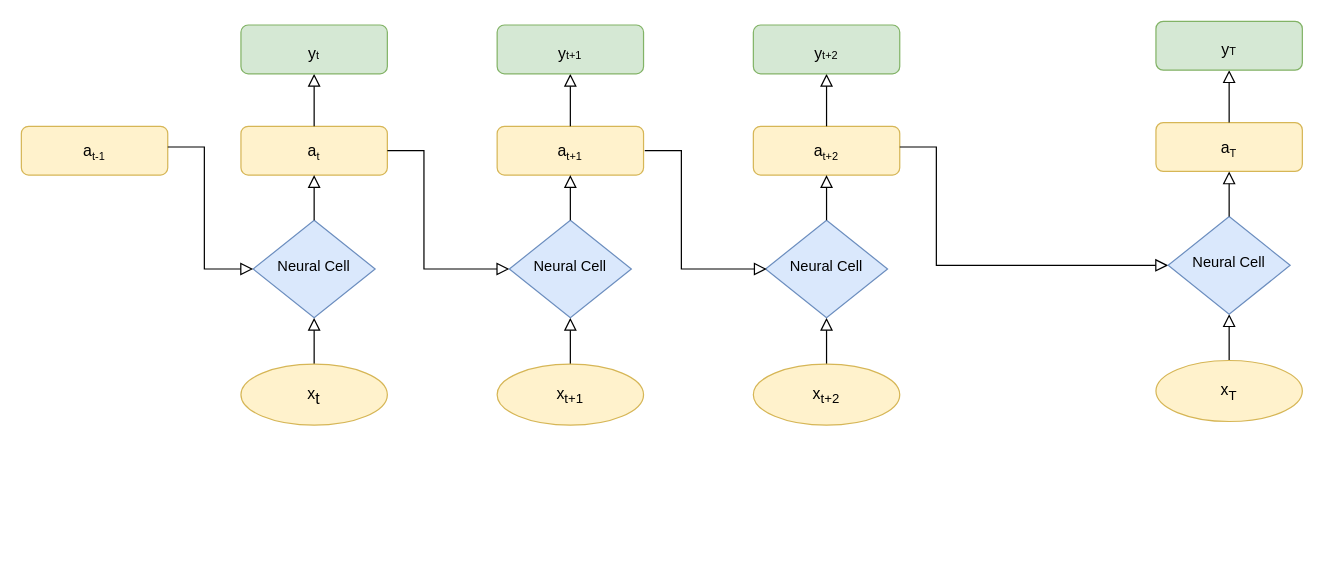
Before: _notebooks/images/seq2seqLSTM/images/Untitled Diagram.drawio in nikita-yatchenko/blog, a draw.io diagram. Source tidied: cells renumbered, new cells numbered last; positions are measured from the earlier drawing's top-left corner, leaving out a move shared by most shapes. Both pictures are drawn from the tidied source at 122%, with x=0, y=0 at pixel (21, 21).
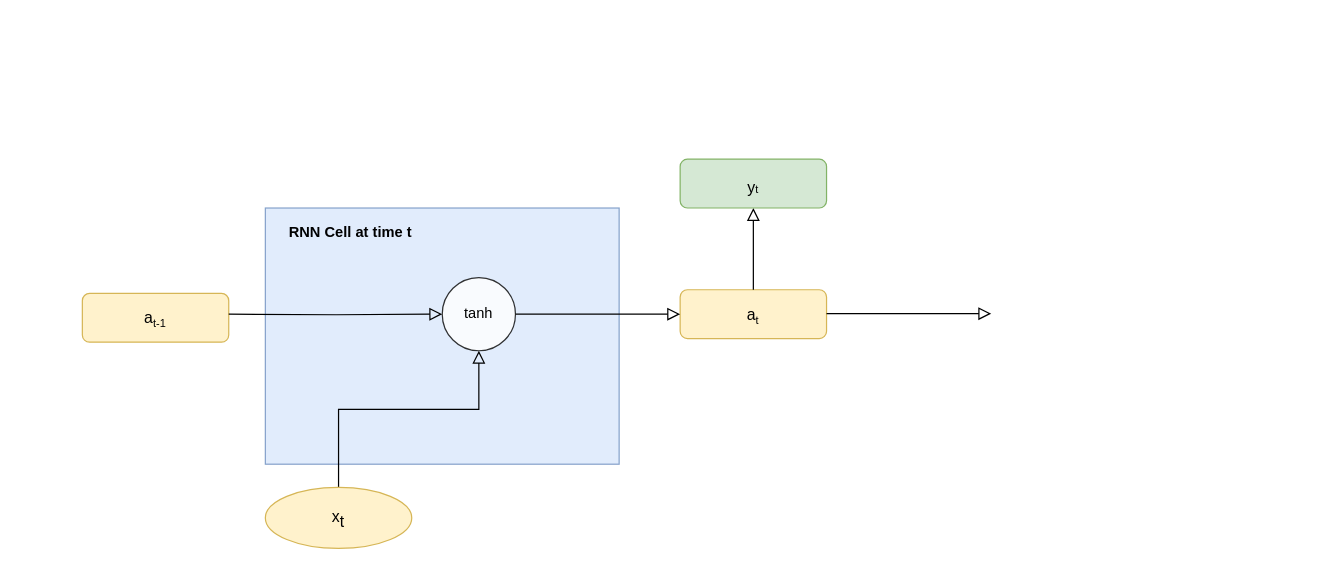
The same diagram, later.

Commit message:
RNN_step

The edit, as a diff of the source:
```diff
@@
+    <mxCell id="35" style="rounded=0;whiteSpace=wrap;html=1;fillColor=#dae8fc;strokeColor=#6c8ebf;opacity=80;" parent="1" vertex="1">
+      <mxGeometry x="200" y="153" width="290" height="210" as="geometry" />
+    </mxCell>
     <mxCell id="2" value="&lt;font style=&quot;font-size: 13px&quot;&gt;a&lt;/font&gt;&lt;sub style=&quot;font-size: 9px ; line-height: 0%&quot;&gt;&lt;font style=&quot;font-size: 9px&quot;&gt;t&lt;/font&gt;&lt;br&gt;&lt;/sub&gt;" style="rounded=1;whiteSpace=wrap;html=1;fontSize=12;glass=0;strokeWidth=1;shadow=0;fillColor=#fff2cc;strokeColor=#d6b656;" parent="1" vertex="1">
-      <mxGeometry x="180" y="86" width="120" height="40" as="geometry" />
+      <mxGeometry x="540" y="220" width="120" height="40" as="geometry" />
     </mxCell>
-    <mxCell id="3" style="rounded=0;html=1;jettySize=auto;fontSize=11;endArrow=block;endFill=0;endSize=8;strokeWidth=1;shadow=0;labelBackgroundColor=none;edgeStyle=orthogonalEdgeStyle;exitX=0.5;exitY=0;exitDx=0;exitDy=0;" parent="1" edge="1" source="7" target="5">
-      <mxGeometry x="0.33" y="20" relative="1" as="geometry" />
+    <mxCell id="3" style="rounded=0;html=1;jettySize=auto;fontSize=11;endArrow=block;endFill=0;endSize=8;strokeWidth=1;shadow=0;labelBackgroundColor=none;edgeStyle=orthogonalEdgeStyle;exitX=0.5;exitY=0;exitDx=0;exitDy=0;" parent="1" edge="1" source="7" target="37">
+      <mxGeometry x="0.33" y="20" relative="1" as="geometry">
+        <Array as="points">
+          <mxPoint x="260" y="318" />
+          <mxPoint x="375" y="318" />
+        </Array>
+      </mxGeometry>
     </mxCell>
-    <mxCell id="4" style="edgeStyle=orthogonalEdgeStyle;rounded=0;html=1;jettySize=auto;fontSize=11;endArrow=block;endFill=0;endSize=8;strokeWidth=1;shadow=0;labelBackgroundColor=none;entryX=0;entryY=0.5;entryDx=0;entryDy=0;exitX=1;exitY=0.5;exitDx=0;exitDy=0;" parent="1" edge="1" source="2" target="12">
-      <mxGeometry y="10" relative="1" as="geometry">
-        <Array as="points">
-          <mxPoint x="330" y="106" />
-          <mxPoint x="330" y="203" />
-        </Array>
-      </mxGeometry>
-    </mxCell>
-    <mxCell id="5" value="Neural Cell" style="rhombus;whiteSpace=wrap;html=1;shadow=0;fontFamily=Helvetica;fontSize=12;align=center;strokeWidth=1;spacing=6;spacingTop=-4;fillColor=#dae8fc;strokeColor=#6c8ebf;" parent="1" vertex="1">
-      <mxGeometry x="190" y="163" width="100" height="80" as="geometry" />
-    </mxCell>
-    <mxCell id="6" style="rounded=0;html=1;jettySize=auto;fontSize=11;endArrow=block;endFill=0;endSize=8;strokeWidth=1;shadow=0;labelBackgroundColor=none;edgeStyle=orthogonalEdgeStyle;exitX=0.5;exitY=0;exitDx=0;exitDy=0;entryX=0.5;entryY=1;entryDx=0;entryDy=0;" parent="1" edge="1" source="5" target="2">
-      <mxGeometry x="0.33" y="20" relative="1" as="geometry">
-        <Array as="points">
-          <mxPoint x="240" y="143" />
-          <mxPoint x="240" y="143" />
-        </Array>
-      </mxGeometry>
+    <mxCell id="6" style="rounded=0;html=1;jettySize=auto;fontSize=11;endArrow=block;endFill=0;endSize=8;strokeWidth=1;shadow=0;labelBackgroundColor=none;edgeStyle=orthogonalEdgeStyle;exitX=1;exitY=0.5;exitDx=0;exitDy=0;entryX=0;entryY=0.5;entryDx=0;entryDy=0;" parent="1" edge="1" source="37" target="2">
+      <mxGeometry x="0.33" y="20" relative="1" as="geometry" />
     </mxCell>
     <mxCell id="7" value="&lt;font style=&quot;line-height: 0%&quot;&gt;&lt;span style=&quot;font-size: 13px&quot;&gt;x&lt;/span&gt;&lt;sub&gt;&lt;span style=&quot;font-size: 13px&quot;&gt;t&lt;/span&gt;&lt;br&gt;&lt;/sub&gt;&lt;/font&gt;" style="ellipse;whiteSpace=wrap;html=1;fillColor=#fff2cc;strokeColor=#d6b656;" parent="1" vertex="1">
-      <mxGeometry x="180" y="281" width="120" height="50" as="geometry" />
+      <mxGeometry x="200" y="382" width="120" height="50" as="geometry" />
     </mxCell>
-    <mxCell id="8" style="rounded=0;html=1;jettySize=auto;fontSize=11;endArrow=block;endFill=0;endSize=8;strokeWidth=1;shadow=0;labelBackgroundColor=none;edgeStyle=orthogonalEdgeStyle;exitX=0.5;exitY=0;exitDx=0;exitDy=0;" parent="1" edge="1" source="2">
-      <mxGeometry x="0.33" y="20" relative="1" as="geometry">
-        <mxPoint x="240" y="43" as="targetPoint" />
-        <Array as="points">
-          <mxPoint x="240" y="43" />
-        </Array>
-      </mxGeometry>
+    <mxCell id="8" style="rounded=0;html=1;jettySize=auto;fontSize=11;endArrow=block;endFill=0;endSize=8;strokeWidth=1;shadow=0;labelBackgroundColor=none;edgeStyle=orthogonalEdgeStyle;exitX=0.5;exitY=0;exitDx=0;exitDy=0;entryX=0.5;entryY=1;entryDx=0;entryDy=0;" parent="1" edge="1" source="2" target="9">
+      <mxGeometry x="0.33" y="20" relative="1" as="geometry" />
     </mxCell>
     <mxCell id="9" value="&lt;sub style=&quot;line-height: 0%&quot;&gt;&lt;font style=&quot;font-size: 13px&quot;&gt;y&lt;/font&gt;&lt;font style=&quot;font-size: 9px&quot;&gt;t&lt;/font&gt;&lt;br&gt;&lt;/sub&gt;" style="rounded=1;whiteSpace=wrap;html=1;fontSize=12;glass=0;strokeWidth=1;shadow=0;fillColor=#d5e8d4;strokeColor=#82b366;" parent="1" vertex="1">
-      <mxGeometry x="180" y="3" width="120" height="40" as="geometry" />
+      <mxGeometry x="540" y="113" width="120" height="40" as="geometry" />
     </mxCell>
-    <mxCell id="10" value="&lt;font style=&quot;font-size: 13px&quot;&gt;a&lt;/font&gt;&lt;sub style=&quot;font-size: 9px ; line-height: 0%&quot;&gt;&lt;font style=&quot;font-size: 9px&quot;&gt;t+1&lt;/font&gt;&lt;br&gt;&lt;/sub&gt;" style="rounded=1;whiteSpace=wrap;html=1;fontSize=12;glass=0;strokeWidth=1;shadow=0;fillColor=#fff2cc;strokeColor=#d6b656;" parent="1" vertex="1">
-      <mxGeometry x="390" y="86" width="120" height="40" as="geometry" />
-    </mxCell>
-    <mxCell id="11" style="rounded=0;html=1;jettySize=auto;fontSize=11;endArrow=block;endFill=0;endSize=8;strokeWidth=1;shadow=0;labelBackgroundColor=none;edgeStyle=orthogonalEdgeStyle;exitX=0.5;exitY=0;exitDx=0;exitDy=0;" parent="1" edge="1" source="14" target="12">
-      <mxGeometry x="0.33" y="20" relative="1" as="geometry" />
-    </mxCell>
-    <mxCell id="12" value="Neural Cell" style="rhombus;whiteSpace=wrap;html=1;shadow=0;fontFamily=Helvetica;fontSize=12;align=center;strokeWidth=1;spacing=6;spacingTop=-4;fillColor=#dae8fc;strokeColor=#6c8ebf;" parent="1" vertex="1">
-      <mxGeometry x="400" y="163" width="100" height="80" as="geometry" />
-    </mxCell>
-    <mxCell id="13" style="rounded=0;html=1;jettySize=auto;fontSize=11;endArrow=block;endFill=0;endSize=8;strokeWidth=1;shadow=0;labelBackgroundColor=none;edgeStyle=orthogonalEdgeStyle;exitX=0.5;exitY=0;exitDx=0;exitDy=0;entryX=0.5;entryY=1;entryDx=0;entryDy=0;" parent="1" edge="1" source="12" target="10">
-      <mxGeometry x="0.33" y="20" relative="1" as="geometry">
-        <Array as="points">
-          <mxPoint x="450" y="143" />
-          <mxPoint x="450" y="143" />
-        </Array>
-      </mxGeometry>
-    </mxCell>
-    <mxCell id="14" value="&lt;font style=&quot;line-height: 0%&quot;&gt;&lt;span style=&quot;font-size: 13px&quot;&gt;x&lt;/span&gt;&lt;span style=&quot;font-size: 13px&quot;&gt;&lt;sub&gt;t+1&lt;/sub&gt;&lt;/span&gt;&lt;br&gt;&lt;/font&gt;" style="ellipse;whiteSpace=wrap;html=1;fillColor=#fff2cc;strokeColor=#d6b656;" parent="1" vertex="1">
-      <mxGeometry x="390" y="281" width="120" height="50" as="geometry" />
-    </mxCell>
-    <mxCell id="15" style="rounded=0;html=1;jettySize=auto;fontSize=11;endArrow=block;endFill=0;endSize=8;strokeWidth=1;shadow=0;labelBackgroundColor=none;edgeStyle=orthogonalEdgeStyle;exitX=0.5;exitY=0;exitDx=0;exitDy=0;" parent="1" edge="1" source="10">
-      <mxGeometry x="0.33" y="20" relative="1" as="geometry">
-        <mxPoint x="450" y="43" as="targetPoint" />
-        <Array as="points">
-          <mxPoint x="450" y="43" />
-        </Array>
-      </mxGeometry>
-    </mxCell>
-    <mxCell id="16" value="&lt;sub style=&quot;line-height: 0%&quot;&gt;&lt;font style=&quot;font-size: 13px&quot;&gt;y&lt;/font&gt;&lt;font style=&quot;font-size: 9px&quot;&gt;t+1&lt;/font&gt;&lt;br&gt;&lt;/sub&gt;" style="rounded=1;whiteSpace=wrap;html=1;fontSize=12;glass=0;strokeWidth=1;shadow=0;fillColor=#d5e8d4;strokeColor=#82b366;" parent="1" vertex="1">
-      <mxGeometry x="390" y="3" width="120" height="40" as="geometry" />
-    </mxCell>
-    <mxCell id="17" value="&lt;font style=&quot;font-size: 13px&quot;&gt;a&lt;/font&gt;&lt;sub style=&quot;font-size: 9px ; line-height: 0%&quot;&gt;&lt;font style=&quot;font-size: 9px&quot;&gt;t+2&lt;/font&gt;&lt;br&gt;&lt;/sub&gt;" style="rounded=1;whiteSpace=wrap;html=1;fontSize=12;glass=0;strokeWidth=1;shadow=0;fillColor=#fff2cc;strokeColor=#d6b656;" parent="1" vertex="1">
-      <mxGeometry x="600" y="86" width="120" height="40" as="geometry" />
-    </mxCell>
-    <mxCell id="18" style="rounded=0;html=1;jettySize=auto;fontSize=11;endArrow=block;endFill=0;endSize=8;strokeWidth=1;shadow=0;labelBackgroundColor=none;edgeStyle=orthogonalEdgeStyle;exitX=0.5;exitY=0;exitDx=0;exitDy=0;" parent="1" edge="1" source="21" target="19">
-      <mxGeometry x="0.33" y="20" relative="1" as="geometry" />
-    </mxCell>
-    <mxCell id="19" value="Neural Cell" style="rhombus;whiteSpace=wrap;html=1;shadow=0;fontFamily=Helvetica;fontSize=12;align=center;strokeWidth=1;spacing=6;spacingTop=-4;fillColor=#dae8fc;strokeColor=#6c8ebf;" parent="1" vertex="1">
-      <mxGeometry x="610" y="163" width="100" height="80" as="geometry" />
-    </mxCell>
-    <mxCell id="20" style="rounded=0;html=1;jettySize=auto;fontSize=11;endArrow=block;endFill=0;endSize=8;strokeWidth=1;shadow=0;labelBackgroundColor=none;edgeStyle=orthogonalEdgeStyle;exitX=0.5;exitY=0;exitDx=0;exitDy=0;entryX=0.5;entryY=1;entryDx=0;entryDy=0;" parent="1" edge="1" source="19" target="17">
-      <mxGeometry x="0.33" y="20" relative="1" as="geometry">
-        <Array as="points">
-          <mxPoint x="660" y="143" />
-          <mxPoint x="660" y="143" />
-        </Array>
-      </mxGeometry>
-    </mxCell>
-    <mxCell id="21" value="&lt;font style=&quot;line-height: 0%&quot;&gt;&lt;span style=&quot;font-size: 13px&quot;&gt;x&lt;sub&gt;t+2&lt;/sub&gt;&lt;/span&gt;&lt;sub&gt;&lt;br&gt;&lt;/sub&gt;&lt;/font&gt;" style="ellipse;whiteSpace=wrap;html=1;fillColor=#fff2cc;strokeColor=#d6b656;" parent="1" vertex="1">
-      <mxGeometry x="600" y="281" width="120" height="50" as="geometry" />
-    </mxCell>
-    <mxCell id="22" style="rounded=0;html=1;jettySize=auto;fontSize=11;endArrow=block;endFill=0;endSize=8;strokeWidth=1;shadow=0;labelBackgroundColor=none;edgeStyle=orthogonalEdgeStyle;exitX=0.5;exitY=0;exitDx=0;exitDy=0;" parent="1" edge="1" source="17">
-      <mxGeometry x="0.33" y="20" relative="1" as="geometry">
-        <mxPoint x="660" y="43" as="targetPoint" />
-        <Array as="points">
-          <mxPoint x="660" y="43" />
-        </Array>
-      </mxGeometry>
-    </mxCell>
-    <mxCell id="23" value="&lt;sub style=&quot;line-height: 0%&quot;&gt;&lt;font style=&quot;font-size: 13px&quot;&gt;y&lt;/font&gt;&lt;font style=&quot;font-size: 9px&quot;&gt;t+2&lt;/font&gt;&lt;br&gt;&lt;/sub&gt;" style="rounded=1;whiteSpace=wrap;html=1;fontSize=12;glass=0;strokeWidth=1;shadow=0;fillColor=#d5e8d4;strokeColor=#82b366;" parent="1" vertex="1">
-      <mxGeometry x="600" y="3" width="120" height="40" as="geometry" />
-    </mxCell>
     <mxCell id="24" value="&lt;font style=&quot;font-size: 13px&quot;&gt;a&lt;/font&gt;&lt;sub style=&quot;font-size: 9px ; line-height: 0%&quot;&gt;&lt;font style=&quot;font-size: 9px&quot;&gt;t-1&lt;/font&gt;&lt;br&gt;&lt;/sub&gt;" style="rounded=1;whiteSpace=wrap;html=1;fontSize=12;glass=0;strokeWidth=1;shadow=0;fillColor=#fff2cc;strokeColor=#d6b656;" parent="1" vertex="1">
-      <mxGeometry y="86" width="120" height="40" as="geometry" />
+      <mxGeometry x="50" y="223" width="120" height="40" as="geometry" />
     </mxCell>
-    <mxCell id="25" style="edgeStyle=orthogonalEdgeStyle;rounded=0;html=1;jettySize=auto;fontSize=11;endArrow=block;endFill=0;endSize=8;strokeWidth=1;shadow=0;labelBackgroundColor=none;exitX=1;exitY=0.5;exitDx=0;exitDy=0;entryX=0;entryY=0.5;entryDx=0;entryDy=0;" parent="1" edge="1" target="5">
-      <mxGeometry y="10" relative="1" as="geometry">
-        <mxPoint x="120" y="103" as="sourcePoint" />
-        <Array as="points">
-          <mxPoint x="150" y="103" />
-          <mxPoint x="150" y="203" />
-        </Array>
-      </mxGeometry>
-    </mxCell>
-    <mxCell id="26" style="edgeStyle=orthogonalEdgeStyle;rounded=0;html=1;jettySize=auto;orthogonalLoop=1;fontSize=11;endArrow=block;endFill=0;endSize=8;strokeWidth=1;shadow=0;labelBackgroundColor=none;entryX=0;entryY=0.5;entryDx=0;entryDy=0;exitX=1;exitY=0.5;exitDx=0;exitDy=0;" parent="1" edge="1">
-      <mxGeometry y="10" relative="1" as="geometry">
-        <mxPoint x="511" y="106" as="sourcePoint" />
-        <mxPoint x="611" y="203" as="targetPoint" />
-        <Array as="points">
-          <mxPoint x="541" y="106" />
-          <mxPoint x="541" y="203" />
-        </Array>
-      </mxGeometry>
-    </mxCell>
-    <mxCell id="27" style="edgeStyle=orthogonalEdgeStyle;rounded=0;html=1;jettySize=auto;orthogonalLoop=1;fontSize=11;endArrow=block;endFill=0;endSize=8;strokeWidth=1;shadow=0;labelBackgroundColor=none;exitX=1;exitY=0.5;exitDx=0;exitDy=0;" parent="1" edge="1">
-      <mxGeometry y="10" relative="1" as="geometry">
-        <mxPoint x="720" y="103" as="sourcePoint" />
-        <mxPoint x="940" y="200" as="targetPoint" />
-        <Array as="points">
-          <mxPoint x="750" y="103" />
-          <mxPoint x="750" y="200" />
-        </Array>
-      </mxGeometry>
-    </mxCell>
-    <mxCell id="28" value="&lt;font style=&quot;font-size: 13px&quot;&gt;a&lt;/font&gt;&lt;sub style=&quot;font-size: 9px ; line-height: 0%&quot;&gt;&lt;font style=&quot;font-size: 9px&quot;&gt;T&lt;/font&gt;&lt;br&gt;&lt;/sub&gt;" style="rounded=1;whiteSpace=wrap;html=1;fontSize=12;glass=0;strokeWidth=1;shadow=0;fillColor=#fff2cc;strokeColor=#d6b656;" parent="1" vertex="1">
-      <mxGeometry x="930" y="83" width="120" height="40" as="geometry" />
-    </mxCell>
-    <mxCell id="29" style="rounded=0;html=1;jettySize=auto;fontSize=11;endArrow=block;endFill=0;endSize=8;strokeWidth=1;shadow=0;labelBackgroundColor=none;edgeStyle=orthogonalEdgeStyle;exitX=0.5;exitY=0;exitDx=0;exitDy=0;" parent="1" edge="1" source="32" target="30">
-      <mxGeometry x="0.33" y="20" relative="1" as="geometry" />
-    </mxCell>
-    <mxCell id="30" value="Neural Cell" style="rhombus;whiteSpace=wrap;html=1;shadow=0;fontFamily=Helvetica;fontSize=12;align=center;strokeWidth=1;spacing=6;spacingTop=-4;fillColor=#dae8fc;strokeColor=#6c8ebf;" parent="1" vertex="1">
-      <mxGeometry x="940" y="160" width="100" height="80" as="geometry" />
-    </mxCell>
-    <mxCell id="31" style="rounded=0;html=1;jettySize=auto;fontSize=11;endArrow=block;endFill=0;endSize=8;strokeWidth=1;shadow=0;labelBackgroundColor=none;edgeStyle=orthogonalEdgeStyle;exitX=0.5;exitY=0;exitDx=0;exitDy=0;entryX=0.5;entryY=1;entryDx=0;entryDy=0;" parent="1" edge="1" source="30" target="28">
-      <mxGeometry x="0.33" y="20" relative="1" as="geometry">
-        <Array as="points">
-          <mxPoint x="990" y="140" />
-          <mxPoint x="990" y="140" />
-        </Array>
-      </mxGeometry>
-    </mxCell>
-    <mxCell id="32" value="&lt;font style=&quot;line-height: 0%&quot;&gt;&lt;span style=&quot;font-size: 13px&quot;&gt;x&lt;sub&gt;T&lt;/sub&gt;&lt;/span&gt;&lt;sub&gt;&lt;br&gt;&lt;/sub&gt;&lt;/font&gt;" style="ellipse;whiteSpace=wrap;html=1;fillColor=#fff2cc;strokeColor=#d6b656;" parent="1" vertex="1">
-      <mxGeometry x="930" y="278" width="120" height="50" as="geometry" />
-    </mxCell>
-    <mxCell id="33" style="rounded=0;html=1;jettySize=auto;fontSize=11;endArrow=block;endFill=0;endSize=8;strokeWidth=1;shadow=0;labelBackgroundColor=none;edgeStyle=orthogonalEdgeStyle;exitX=0.5;exitY=0;exitDx=0;exitDy=0;" parent="1" edge="1" source="28">
-      <mxGeometry x="0.33" y="20" relative="1" as="geometry">
-        <mxPoint x="990" y="40" as="targetPoint" />
-        <Array as="points">
-          <mxPoint x="990" y="40" />
-        </Array>
-      </mxGeometry>
-    </mxCell>
-    <mxCell id="34" value="&lt;sub style=&quot;line-height: 0%&quot;&gt;&lt;font style=&quot;font-size: 13px&quot;&gt;y&lt;/font&gt;&lt;font style=&quot;font-size: 9px&quot;&gt;T&lt;/font&gt;&lt;br&gt;&lt;/sub&gt;" style="rounded=1;whiteSpace=wrap;html=1;fontSize=12;glass=0;strokeWidth=1;shadow=0;fillColor=#d5e8d4;strokeColor=#82b366;" parent="1" vertex="1">
-      <mxGeometry x="930" width="120" height="40" as="geometry" />
-    </mxCell>
+    <mxCell id="36" style="edgeStyle=orthogonalEdgeStyle;rounded=0;html=1;jettySize=auto;fontSize=11;endArrow=block;endFill=0;endSize=8;strokeWidth=1;shadow=0;labelBackgroundColor=none;exitX=1;exitY=0.5;exitDx=0;exitDy=0;entryX=0;entryY=0.5;entryDx=0;entryDy=0;" parent="1" edge="1" target="37">
+      <mxGeometry y="10" relative="1" as="geometry">
+        <mxPoint x="170" y="240" as="sourcePoint" />
+      </mxGeometry>
+    </mxCell>
+    <mxCell id="37" value="tanh" style="ellipse;whiteSpace=wrap;html=1;opacity=80;" parent="1" vertex="1">
+      <mxGeometry x="345" y="210" width="60" height="60" as="geometry" />
+    </mxCell>
+    <mxCell id="38" value="RNN Cell at time t" style="text;html=1;strokeColor=none;fillColor=none;align=center;verticalAlign=middle;whiteSpace=wrap;rounded=0;opacity=80;fontStyle=1;" parent="1" vertex="1">
+      <mxGeometry x="210" y="163" width="120" height="20" as="geometry" />
+    </mxCell>
+    <mxCell id="39" style="rounded=0;html=1;jettySize=auto;orthogonalLoop=1;fontSize=11;endArrow=block;endFill=0;endSize=8;strokeWidth=1;shadow=0;labelBackgroundColor=none;edgeStyle=orthogonalEdgeStyle;exitX=1;exitY=0.5;exitDx=0;exitDy=0;entryX=0;entryY=0.5;entryDx=0;entryDy=0;" parent="1" edge="1">
+      <mxGeometry x="0.33" y="20" relative="1" as="geometry">
+        <mxPoint x="660" y="239.6" as="sourcePoint" />
+        <mxPoint x="795" y="239.6" as="targetPoint" />
+      </mxGeometry>
+    </mxCell>
```
